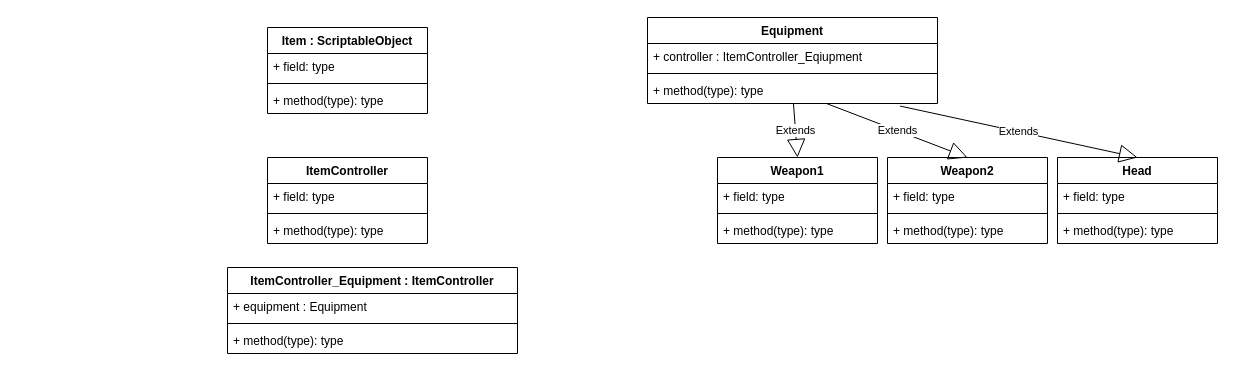
This is RPG3DConcept.drawio from luke-youngmin-cho/UnityLessonBasic_Sat_1st, a draw.io file, before an edit. Source tidied: cells renumbered, new cells numbered last; positions are measured from the earlier drawing's top-left corner, leaving out a move shared by most shapes. Both pictures are drawn from the tidied source at 100%, with x=0, y=0 at pixel (227, 17).
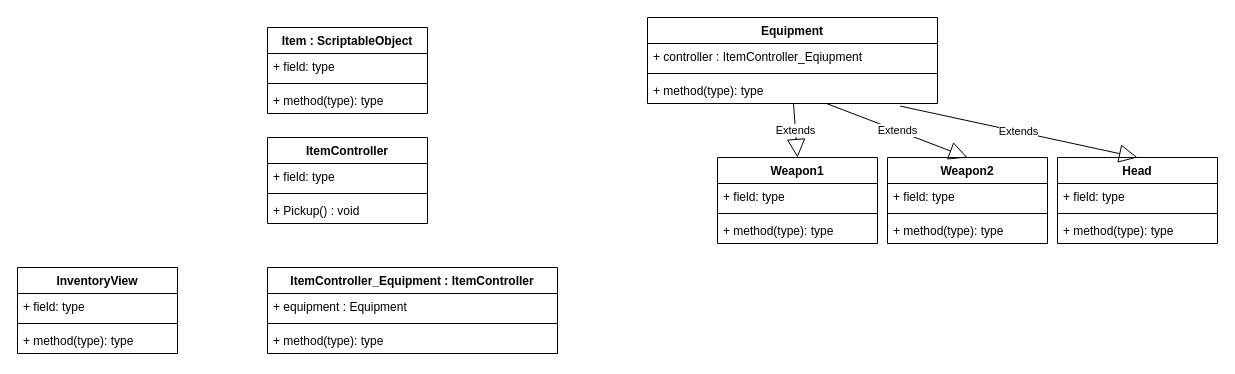
After the change.

Diff of the diagram source:
```diff
@@
     <mxCell id="10" value="ItemController" style="swimlane;fontStyle=1;align=center;verticalAlign=top;horizontal=1;startSize=26;" parent="1" vertex="1">
-      <mxGeometry x="40" y="140" width="160" height="86" as="geometry" />
+      <mxGeometry x="40" y="120" width="160" height="86" as="geometry" />
     </mxCell>
@@
-    <mxCell id="13" value="+ method(type): type" style="text;strokeColor=none;fillColor=none;align=left;verticalAlign=top;spacingLeft=4;spacingRight=4;overflow=hidden;" parent="10" vertex="1">
+    <mxCell id="13" value="+ Pickup() : void" style="text;strokeColor=none;fillColor=none;align=left;verticalAlign=top;spacingLeft=4;spacingRight=4;overflow=hidden;" parent="10" vertex="1">
       <mxGeometry y="60" width="160" height="26" as="geometry" />
     </mxCell>
     <mxCell id="14" value="ItemController_Equipment : ItemController" style="swimlane;fontStyle=1;align=center;verticalAlign=top;horizontal=1;startSize=26;" parent="1" vertex="1">
-      <mxGeometry y="250" width="290" height="86" as="geometry" />
+      <mxGeometry x="40" y="250" width="290" height="86" as="geometry" />
     </mxCell>
@@
+    <mxCell id="33" value="InventoryView" style="swimlane;fontStyle=1;align=center;verticalAlign=top;horizontal=1;startSize=26;" parent="1" vertex="1">
+      <mxGeometry x="-210" y="250" width="160" height="86" as="geometry" />
+    </mxCell>
+    <mxCell id="34" value="+ field: type" style="text;strokeColor=none;fillColor=none;align=left;verticalAlign=top;spacingLeft=4;spacingRight=4;overflow=hidden;" parent="33" vertex="1">
+      <mxGeometry y="26" width="160" height="26" as="geometry" />
+    </mxCell>
+    <mxCell id="35" style="line;strokeWidth=1;fillColor=none;align=left;verticalAlign=middle;spacingTop=-1;spacingLeft=3;spacingRight=3;labelPosition=right;" parent="33" vertex="1">
+      <mxGeometry y="52" width="160" height="8" as="geometry" />
+    </mxCell>
+    <mxCell id="36" value="+ method(type): type" style="text;strokeColor=none;fillColor=none;align=left;verticalAlign=top;spacingLeft=4;spacingRight=4;overflow=hidden;" parent="33" vertex="1">
+      <mxGeometry y="60" width="160" height="26" as="geometry" />
+    </mxCell>
```
